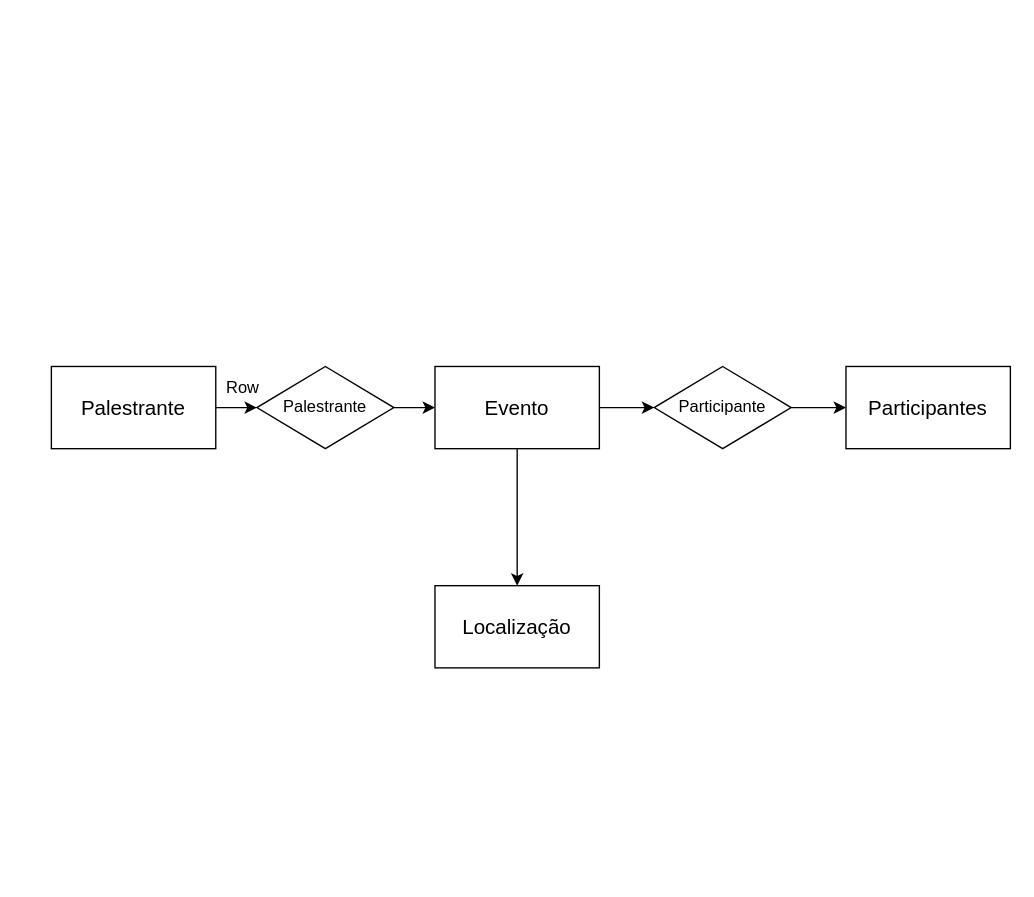
The draw.io diagram sistema de gestão de eventos..drawio in olucascdev/Projeto-de-Banco-de-Dados-para-Sistema-de-Gest-o-de-Eventos, before the edit. Source tidied: cells renumbered, new cells numbered last; positions are measured from the earlier drawing's top-left corner, leaving out a move shared by most shapes. Both pictures are drawn from the tidied source at 137%, with x=0, y=0 at pixel (51, 366).
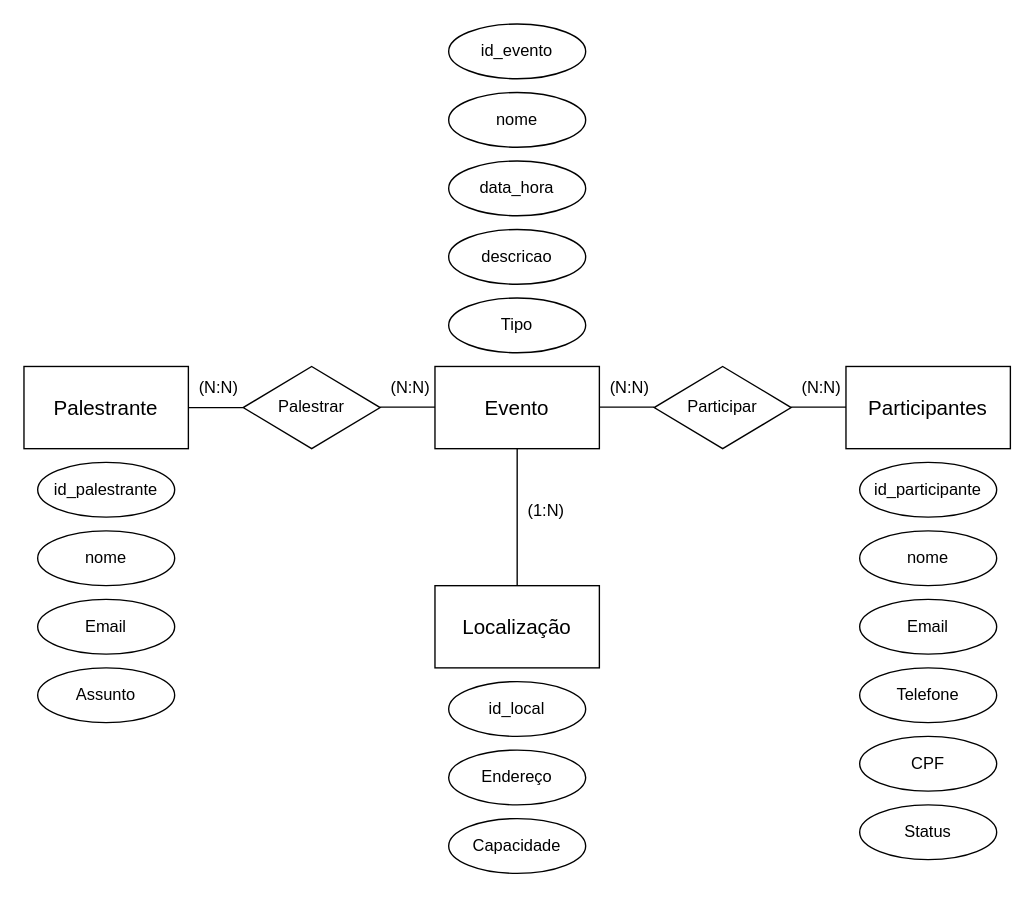
The same diagram, later.

The change refers to these unchanged cells:
```xml
<mxCell id="8" value="&lt;font style=&quot;font-size: 15px;&quot;&gt;Evento&lt;/font&gt;" style="whiteSpace=wrap;html=1;rounded=0;" parent="1" vertex="1">
  <mxGeometry x="280" width="120" height="60" as="geometry" />
</mxCell>
<mxCell id="9" value="&lt;font style=&quot;font-size: 15px;&quot;&gt;Localização&lt;/font&gt;" style="whiteSpace=wrap;html=1;rounded=0;" parent="1" vertex="1">
  <mxGeometry x="280" y="160" width="120" height="60" as="geometry" />
</mxCell>
<mxCell id="10" value="&lt;font style=&quot;font-size: 15px;&quot;&gt;Participantes&lt;/font&gt;" style="whiteSpace=wrap;html=1;rounded=0;" parent="1" vertex="1">
  <mxGeometry x="580" width="120" height="60" as="geometry" />
</mxCell>
```

Diff of the diagram source:
```diff
@@
-    <mxCell id="2" style="edgeStyle=orthogonalEdgeStyle;rounded=0;jettySize=auto;html=1;" parent="1" edge="1" source="3" target="5">
-      <mxGeometry relative="1" as="geometry" />
-    </mxCell>
     <mxCell id="3" value="&lt;font style=&quot;font-size: 15px;&quot;&gt;Palestrante&lt;/font&gt;" style="rounded=0;whiteSpace=wrap;html=1;" parent="1" vertex="1">
-      <mxGeometry width="120" height="60" as="geometry" />
+      <mxGeometry x="-20" width="120" height="60" as="geometry" />
     </mxCell>
-    <mxCell id="4" style="edgeStyle=orthogonalEdgeStyle;rounded=0;jettySize=auto;html=1;" parent="1" edge="1" source="5" target="8">
-      <mxGeometry relative="1" as="geometry" />
-    </mxCell>
-    <mxCell id="5" value="Palestrante" style="rhombus;whiteSpace=wrap;html=1;rounded=0;" parent="1" vertex="1">
-      <mxGeometry x="150" width="100" height="60" as="geometry" />
+    <mxCell id="5" value="Palestrar" style="rhombus;whiteSpace=wrap;html=1;rounded=0;" parent="1" vertex="1">
+      <mxGeometry x="140" width="100" height="60" as="geometry" />
     </mxCell>
-    <mxCell id="6" style="edgeStyle=orthogonalEdgeStyle;rounded=0;jettySize=auto;html=1;" parent="1" edge="1" source="8" target="9">
-      <mxGeometry relative="1" as="geometry" />
-    </mxCell>
-    <mxCell id="7" style="edgeStyle=orthogonalEdgeStyle;rounded=0;jettySize=auto;html=1;" parent="1" edge="1" source="8" target="12">
-      <mxGeometry relative="1" as="geometry" />
-    </mxCell>
@@
-    <mxCell id="11" style="edgeStyle=orthogonalEdgeStyle;rounded=0;jettySize=auto;html=1;" parent="1" edge="1" source="12" target="10">
-      <mxGeometry relative="1" as="geometry" />
-    </mxCell>
-    <mxCell id="12" value="Participante" style="rhombus;whiteSpace=wrap;html=1;rounded=0;" parent="1" vertex="1">
+    <mxCell id="12" value="Participar" style="rhombus;whiteSpace=wrap;html=1;rounded=0;" parent="1" vertex="1">
       <mxGeometry x="440" width="100" height="60" as="geometry" />
     </mxCell>
-    <mxCell id="13" style="shape=table;startSize=0;childLayout=tableLayout;rowLines=0;fontStyle=0;align=center;strokeColor=none;fillColor=none;whiteSpace=wrap;html=1;" parent="1" vertex="1">
-      <mxGeometry x="90" width="70" height="30" as="geometry" />
-    </mxCell>
-    <mxCell id="14" style="shape=tableRow;horizontal=0;startSize=0;swimlaneHead=0;swimlaneBody=0;fillColor=none;top=0;left=0;right=0;bottom=0;" parent="13" vertex="1">
-      <mxGeometry width="70" height="30" as="geometry" />
-    </mxCell>
+    <mxCell id="17" style="endArrow=none;html=1;rounded=0;" parent="1" edge="1">
+      <mxGeometry relative="1" as="geometry">
+        <mxPoint x="100" y="30" as="sourcePoint" />
+        <mxPoint x="140" y="30" as="targetPoint" />
+      </mxGeometry>
+    </mxCell>
+    <mxCell id="6" style="endArrow=none;html=1;rounded=0;exitX=0.5;exitY=1;exitDx=0;exitDy=0;" parent="1" edge="1" source="8" target="9">
+      <mxGeometry relative="1" as="geometry" />
+    </mxCell>
+    <mxCell id="18" style="shape=table;startSize=0;childLayout=tableLayout;rowLines=0;fontStyle=0;align=center;strokeColor=none;fillColor=none;whiteSpace=wrap;html=1;" parent="1" vertex="1">
+      <mxGeometry x="310" y="90" width="110" height="30" as="geometry" />
+    </mxCell>
+    <mxCell id="19" style="shape=tableRow;horizontal=0;startSize=0;swimlaneHead=0;swimlaneBody=0;fillColor=none;top=0;left=0;right=0;bottom=0;" parent="18" vertex="1">
+      <mxGeometry width="110" height="30" as="geometry" />
+    </mxCell>
-    <mxCell id="15" style="shape=partialRectangle;fillColor=none;top=0;left=0;bottom=0;right=0;overflow=hidden;" parent="14" vertex="1">
+    <mxCell id="15" style="shape=partialRectangle;fillColor=none;top=0;left=0;bottom=0;right=0;overflow=hidden;" parent="19" vertex="1">
       <mxGeometry width="30" height="30" as="geometry" />
     </mxCell>
-    <mxCell id="16" value="Row" style="shape=partialRectangle;fillColor=none;top=0;left=0;bottom=0;right=0;align=left;spacingLeft=6;overflow=hidden;" parent="14" vertex="1">
-      <mxGeometry x="30" width="40" height="30" as="geometry" />
-    </mxCell>
+    <mxCell id="20" value="(1:N)" style="shape=partialRectangle;fillColor=none;top=0;left=0;bottom=0;right=0;align=left;spacingLeft=6;overflow=hidden;" parent="19" vertex="1">
+      <mxGeometry x="30" width="80" height="30" as="geometry" />
+    </mxCell>
+    <mxCell id="21" style="endArrow=none;html=1;rounded=0;" parent="1" edge="1">
+      <mxGeometry relative="1" as="geometry">
+        <mxPoint x="240" y="29.7" as="sourcePoint" />
+        <mxPoint x="280" y="29.7" as="targetPoint" />
+      </mxGeometry>
+    </mxCell>
+    <mxCell id="22" style="endArrow=none;html=1;rounded=0;" parent="1" edge="1">
+      <mxGeometry relative="1" as="geometry">
+        <mxPoint x="400" y="29.7" as="sourcePoint" />
+        <mxPoint x="440" y="29.7" as="targetPoint" />
+      </mxGeometry>
+    </mxCell>
+    <mxCell id="23" style="endArrow=none;html=1;rounded=0;" parent="1" edge="1">
+      <mxGeometry relative="1" as="geometry">
+        <mxPoint x="540" y="29.7" as="sourcePoint" />
+        <mxPoint x="580" y="29.7" as="targetPoint" />
+      </mxGeometry>
+    </mxCell>
+    <mxCell id="24" style="shape=table;startSize=0;childLayout=tableLayout;rowLines=0;fontStyle=0;align=center;strokeColor=none;fillColor=none;whiteSpace=wrap;html=1;" parent="1" vertex="1">
+      <mxGeometry x="80" width="60" height="30" as="geometry" />
+    </mxCell>
+    <mxCell id="25" style="shape=tableRow;horizontal=0;startSize=0;swimlaneHead=0;swimlaneBody=0;fillColor=none;top=0;left=0;right=0;bottom=0;" parent="24" vertex="1">
+      <mxGeometry width="60" height="30" as="geometry" />
+    </mxCell>
+    <mxCell id="26" style="shape=partialRectangle;fillColor=none;top=0;left=0;bottom=0;right=0;overflow=hidden;" parent="25" vertex="1">
+      <mxGeometry width="20" height="30" as="geometry" />
+    </mxCell>
+    <mxCell id="27" value="(N:N)" style="shape=partialRectangle;fillColor=none;top=0;left=0;bottom=0;right=0;align=left;spacingLeft=6;overflow=hidden;" parent="25" vertex="1">
+      <mxGeometry x="20" width="40" height="30" as="geometry" />
+    </mxCell>
+    <mxCell id="28" style="shape=table;startSize=0;childLayout=tableLayout;rowLines=0;fontStyle=0;align=center;strokeColor=none;fillColor=none;whiteSpace=wrap;html=1;" parent="1" vertex="1">
+      <mxGeometry x="220" width="60" height="30" as="geometry" />
+    </mxCell>
+    <mxCell id="29" style="shape=tableRow;horizontal=0;startSize=0;swimlaneHead=0;swimlaneBody=0;fillColor=none;top=0;left=0;right=0;bottom=0;" parent="28" vertex="1">
+      <mxGeometry width="60" height="30" as="geometry" />
+    </mxCell>
+    <mxCell id="30" style="shape=partialRectangle;fillColor=none;top=0;left=0;bottom=0;right=0;overflow=hidden;" parent="29" vertex="1">
+      <mxGeometry width="20" height="30" as="geometry" />
+    </mxCell>
+    <mxCell id="31" value="(N:N)" style="shape=partialRectangle;fillColor=none;top=0;left=0;bottom=0;right=0;align=left;spacingLeft=6;overflow=hidden;" parent="29" vertex="1">
+      <mxGeometry x="20" width="40" height="30" as="geometry" />
+    </mxCell>
+    <mxCell id="32" style="shape=table;startSize=0;childLayout=tableLayout;rowLines=0;fontStyle=0;align=center;strokeColor=none;fillColor=none;whiteSpace=wrap;html=1;" parent="1" vertex="1">
+      <mxGeometry x="380" width="60" height="30" as="geometry" />
+    </mxCell>
+    <mxCell id="33" style="shape=tableRow;horizontal=0;startSize=0;swimlaneHead=0;swimlaneBody=0;fillColor=none;top=0;left=0;right=0;bottom=0;" parent="32" vertex="1">
+      <mxGeometry width="60" height="30" as="geometry" />
+    </mxCell>
+    <mxCell id="34" style="shape=partialRectangle;fillColor=none;top=0;left=0;bottom=0;right=0;overflow=hidden;" parent="33" vertex="1">
+      <mxGeometry width="20" height="30" as="geometry" />
+    </mxCell>
+    <mxCell id="35" value="(N:N)" style="shape=partialRectangle;fillColor=none;top=0;left=0;bottom=0;right=0;align=left;spacingLeft=6;overflow=hidden;" parent="33" vertex="1">
+      <mxGeometry x="20" width="40" height="30" as="geometry" />
+    </mxCell>
+    <mxCell id="36" style="shape=table;startSize=0;childLayout=tableLayout;rowLines=0;fontStyle=0;align=center;strokeColor=none;fillColor=none;whiteSpace=wrap;html=1;" parent="1" vertex="1">
+      <mxGeometry x="520" width="60" height="30" as="geometry" />
+    </mxCell>
+    <mxCell id="37" style="shape=tableRow;horizontal=0;startSize=0;swimlaneHead=0;swimlaneBody=0;fillColor=none;top=0;left=0;right=0;bottom=0;" parent="36" vertex="1">
+      <mxGeometry width="60" height="30" as="geometry" />
+    </mxCell>
+    <mxCell id="38" style="shape=partialRectangle;fillColor=none;top=0;left=0;bottom=0;right=0;overflow=hidden;" parent="37" vertex="1">
+      <mxGeometry width="20" height="30" as="geometry" />
+    </mxCell>
+    <mxCell id="39" value="(N:N)" style="shape=partialRectangle;fillColor=none;top=0;left=0;bottom=0;right=0;align=left;spacingLeft=6;overflow=hidden;" parent="37" vertex="1">
+      <mxGeometry x="20" width="40" height="30" as="geometry" />
+    </mxCell>
+    <mxCell id="40" value="id_palestrante" style="ellipse;whiteSpace=wrap;html=1;align=center;" parent="1" vertex="1">
+      <mxGeometry x="-10" y="70" width="100" height="40" as="geometry" />
+    </mxCell>
+    <mxCell id="41" value="nome" style="ellipse;whiteSpace=wrap;html=1;align=center;" parent="1" vertex="1">
+      <mxGeometry x="-10" y="120" width="100" height="40" as="geometry" />
+    </mxCell>
+    <mxCell id="42" value="Email" style="ellipse;whiteSpace=wrap;html=1;align=center;" parent="1" vertex="1">
+      <mxGeometry x="-10" y="170" width="100" height="40" as="geometry" />
+    </mxCell>
+    <mxCell id="43" value="Assunto" style="ellipse;whiteSpace=wrap;html=1;align=center;" parent="1" vertex="1">
+      <mxGeometry x="-10" y="220" width="100" height="40" as="geometry" />
+    </mxCell>
+    <mxCell id="44" value="id_participante" style="ellipse;whiteSpace=wrap;html=1;align=center;" parent="1" vertex="1">
+      <mxGeometry x="590" y="70" width="100" height="40" as="geometry" />
+    </mxCell>
+    <mxCell id="45" value="nome" style="ellipse;whiteSpace=wrap;html=1;align=center;" parent="1" vertex="1">
+      <mxGeometry x="590" y="120" width="100" height="40" as="geometry" />
+    </mxCell>
+    <mxCell id="46" value="Email" style="ellipse;whiteSpace=wrap;html=1;align=center;" parent="1" vertex="1">
+      <mxGeometry x="590" y="170" width="100" height="40" as="geometry" />
+    </mxCell>
+    <mxCell id="47" value="Telefone" style="ellipse;whiteSpace=wrap;html=1;align=center;" parent="1" vertex="1">
+      <mxGeometry x="590" y="220" width="100" height="40" as="geometry" />
+    </mxCell>
+    <mxCell id="48" value="CPF" style="ellipse;whiteSpace=wrap;html=1;align=center;" parent="1" vertex="1">
+      <mxGeometry x="590" y="270" width="100" height="40" as="geometry" />
+    </mxCell>
+    <mxCell id="49" value="Status" style="ellipse;whiteSpace=wrap;html=1;align=center;" parent="1" vertex="1">
+      <mxGeometry x="590" y="320" width="100" height="40" as="geometry" />
+    </mxCell>
+    <mxCell id="50" value="id_local" style="ellipse;whiteSpace=wrap;html=1;align=center;" parent="1" vertex="1">
+      <mxGeometry x="290" y="230" width="100" height="40" as="geometry" />
+    </mxCell>
+    <mxCell id="51" value="Endereço" style="ellipse;whiteSpace=wrap;html=1;align=center;" parent="1" vertex="1">
+      <mxGeometry x="290" y="280" width="100" height="40" as="geometry" />
+    </mxCell>
+    <mxCell id="52" value="Capacidade" style="ellipse;whiteSpace=wrap;html=1;align=center;" parent="1" vertex="1">
+      <mxGeometry x="290" y="330" width="100" height="40" as="geometry" />
+    </mxCell>
+    <mxCell id="53" value="id_evento" style="ellipse;whiteSpace=wrap;html=1;align=center;" parent="1" vertex="1">
+      <mxGeometry x="290" y="-250" width="100" height="40" as="geometry" />
+    </mxCell>
+    <mxCell id="54" value="nome" style="ellipse;whiteSpace=wrap;html=1;align=center;" parent="1" vertex="1">
+      <mxGeometry x="290" y="-200" width="100" height="40" as="geometry" />
+    </mxCell>
+    <mxCell id="55" value="data_hora" style="ellipse;whiteSpace=wrap;html=1;align=center;" parent="1" vertex="1">
+      <mxGeometry x="290" y="-150" width="100" height="40" as="geometry" />
+    </mxCell>
+    <mxCell id="56" value="descricao" style="ellipse;whiteSpace=wrap;html=1;align=center;" parent="1" vertex="1">
+      <mxGeometry x="290" y="-100" width="100" height="40" as="geometry" />
+    </mxCell>
+    <mxCell id="57" value="Tipo" style="ellipse;whiteSpace=wrap;html=1;align=center;" parent="1" vertex="1">
+      <mxGeometry x="290" y="-50" width="100" height="40" as="geometry" />
+    </mxCell>
```
